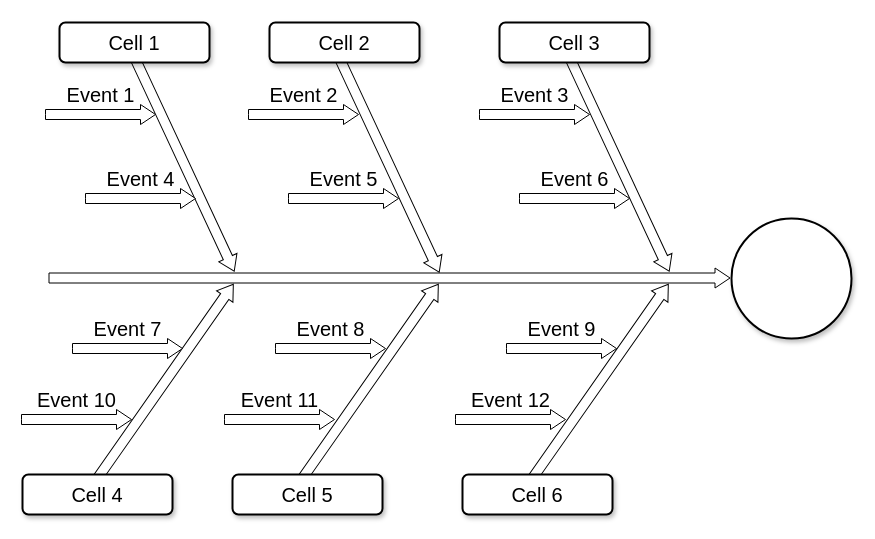
This is 未命名绘图.drawio from snow60/Demo, a draw.io file, before an edit. Source tidied: cells renumbered, new cells numbered last; positions are measured from the earlier drawing's top-left corner, leaving out a move shared by most shapes. Both pictures are drawn from the tidied source at 100%, with x=0, y=0 at pixel (22, -63).
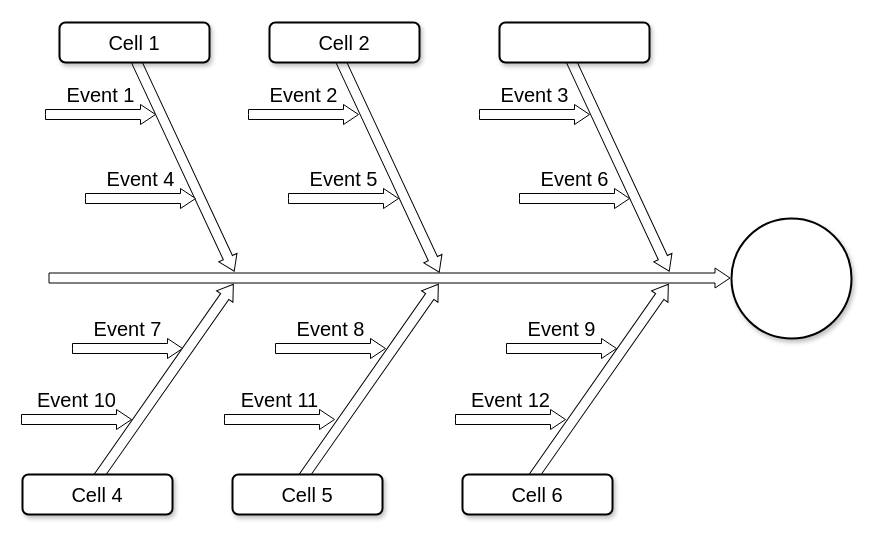
The same page after the edit.

Commit message:
更新未命名绘图.drawio

What changed in the source:
```diff
@@
-    <mxCell id="11" value="Cell 3" style="rounded=1;whiteSpace=wrap;html=1;shadow=1;strokeWidth=2;fontSize=20;" parent="1" vertex="1">
+    <mxCell id="11" style="rounded=1;whiteSpace=wrap;html=1;shadow=1;strokeWidth=2;fontSize=20;" parent="1" vertex="1">
       <mxGeometry x="477" y="85" width="150" height="40" as="geometry" />
     </mxCell>
```
